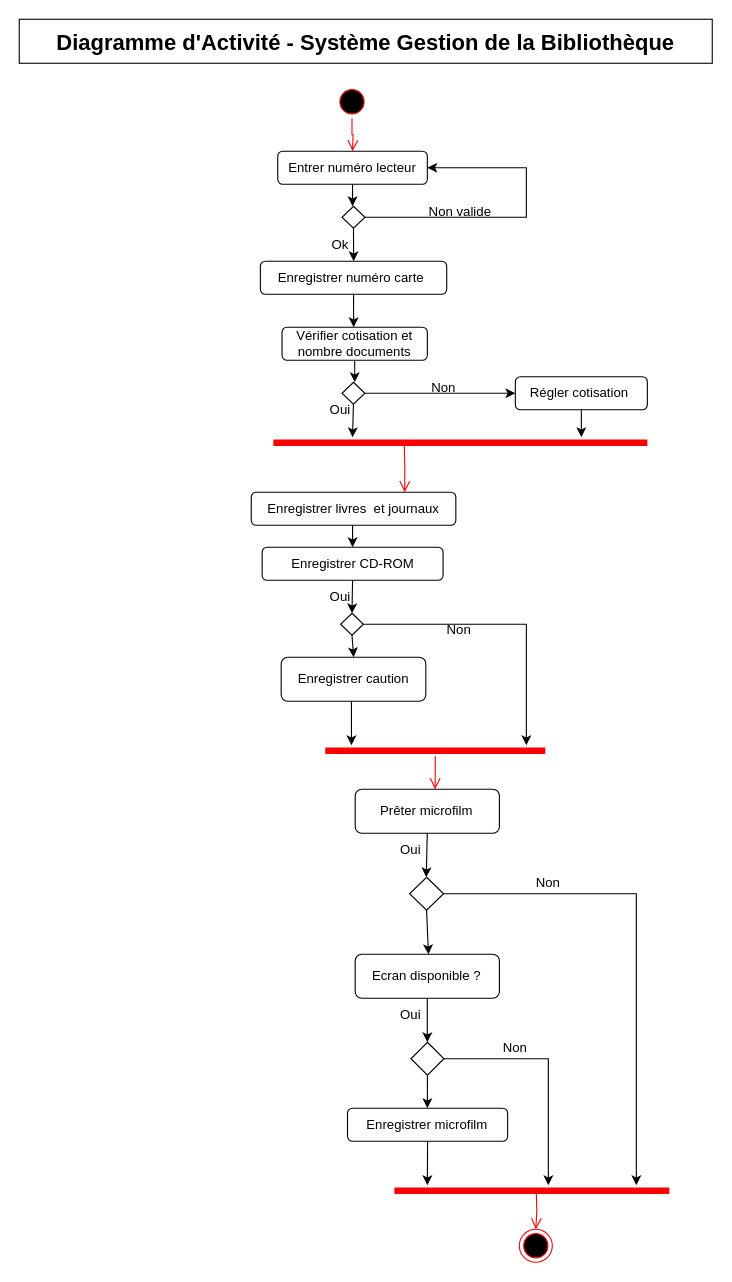
Before: Développer des composants d'interface/Maquetter une application/UML partie 1/Phase 4 - Diagramme d'activité/Diagramme d'activité_1.drawio in Nijat-Majidli/CDA_21188, a draw.io diagram. Source tidied: cells renumbered, new cells numbered last; positions are measured from the earlier drawing's top-left corner, leaving out a move shared by most shapes. Both pictures are drawn from the tidied source at 110%, with x=0, y=0 at pixel (19, 19).
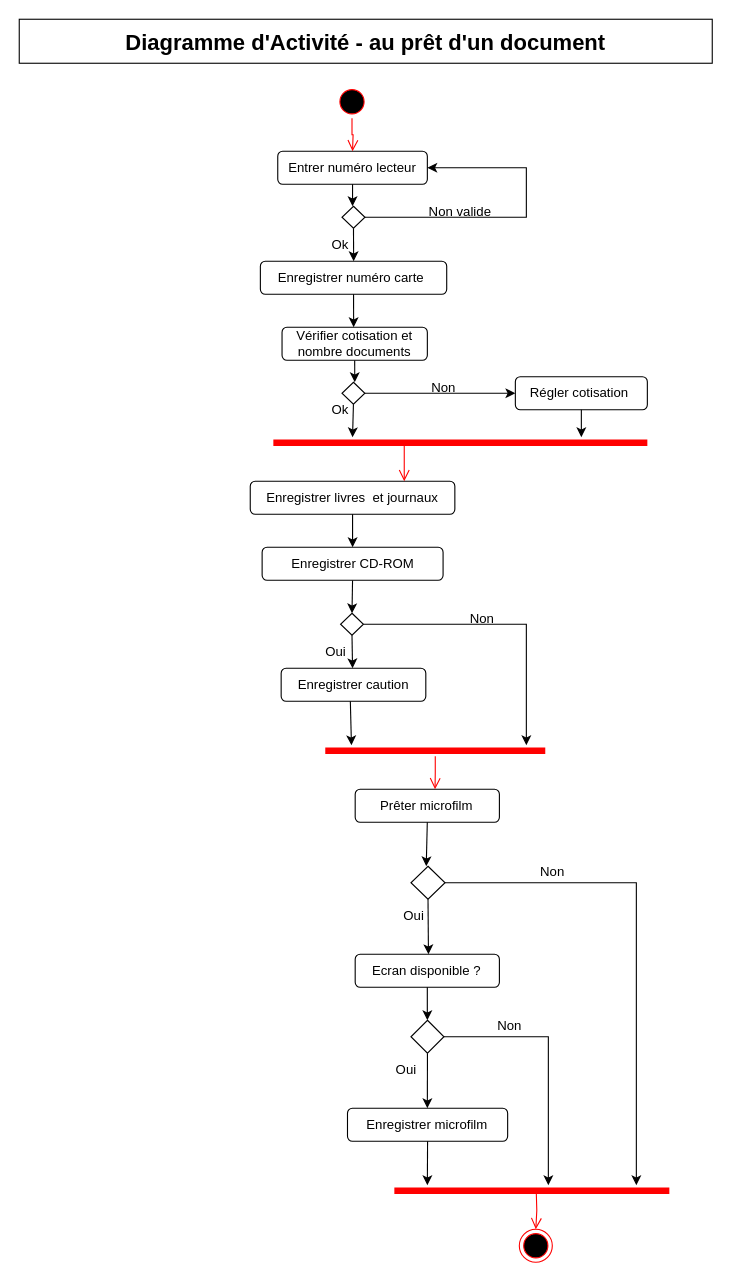
The same page after the edit.

The change refers to these unchanged cells:
```xml
<mxCell id="24" style="rhombus;whiteSpace=wrap;html=1;fontSize=12;" parent="1" vertex="1">
  <mxGeometry x="292.1" y="540" width="20.8" height="20" as="geometry" />
</mxCell>
<mxCell id="26" value="Enregistrer CD-ROM" style="rounded=1;whiteSpace=wrap;html=1;fontSize=12;" parent="1" vertex="1">
  <mxGeometry x="220.8" y="480" width="164.5" height="30" as="geometry" />
</mxCell>
```

The edit, as a diff of the source:
```diff
@@
-    <mxCell id="10" value="&lt;font style=&quot;font-size: 20px&quot;&gt;Diagramme d'Activité - Système Gestion de la Bibliothèque&lt;/font&gt;" style="rounded=0;whiteSpace=wrap;html=1;fontStyle=1;" parent="1" vertex="1">
+    <mxCell id="10" value="&lt;font style=&quot;font-size: 20px&quot;&gt;Diagramme d'Activité - au prêt d'un document&lt;/font&gt;" style="rounded=0;whiteSpace=wrap;html=1;fontStyle=1;" parent="1" vertex="1">
       <mxGeometry width="630" height="40" as="geometry" />
     </mxCell>
@@
     <mxCell id="14" value="&lt;p style=&quot;font-size: 12px;&quot;&gt;&lt;span style=&quot;font-size: 12px ; line-height: 1&quot;&gt;Enregistrer livres&amp;nbsp; et journaux&lt;/span&gt;&lt;/p&gt;" style="rounded=1;whiteSpace=wrap;html=1;fontSize=12;" parent="1" vertex="1">
-      <mxGeometry x="210.9" y="430" width="186" height="30" as="geometry" />
+      <mxGeometry x="210" y="420" width="186" height="30" as="geometry" />
     </mxCell>
-    <mxCell id="15" style="endArrow=classic;html=1;rounded=0;fontSize=20;entryX=0.5;entryY=0;entryDx=0;entryDy=0;" parent="1" edge="1" target="26">
-      <mxGeometry relative="1" as="geometry">
-        <mxPoint x="303" y="460" as="sourcePoint" />
-      </mxGeometry>
+    <mxCell id="15" style="endArrow=classic;html=1;rounded=0;fontSize=20;entryX=0.5;entryY=0;entryDx=0;entryDy=0;exitX=0.5;exitY=1;exitDx=0;exitDy=0;" parent="1" edge="1" source="14" target="26">
+      <mxGeometry relative="1" as="geometry" />
     </mxCell>
     <mxCell id="16" value="Oui" style="text;html=1;strokeColor=none;fillColor=none;align=center;verticalAlign=middle;whiteSpace=wrap;rounded=0;fontSize=12;" parent="1" vertex="1">
-      <mxGeometry x="262" y="510" width="60" height="30" as="geometry" />
+      <mxGeometry x="257.5" y="560" width="60" height="30" as="geometry" />
     </mxCell>
     <mxCell id="17" value="Non" style="text;html=1;strokeColor=none;fillColor=none;align=center;verticalAlign=middle;whiteSpace=wrap;rounded=0;fontSize=12;" parent="1" vertex="1">
-      <mxGeometry x="369.6" y="540" width="60" height="30" as="geometry" />
+      <mxGeometry x="391" y="530" width="60" height="30" as="geometry" />
     </mxCell>
     <mxCell id="18" value="Enregistrer caution" style="rounded=1;whiteSpace=wrap;html=1;fontSize=12;" parent="1" vertex="1">
-      <mxGeometry x="238.1" y="580" width="131.5" height="40" as="geometry" />
+      <mxGeometry x="238.1" y="590" width="131.5" height="30" as="geometry" />
     </mxCell>
     <mxCell id="19" style="endArrow=classic;html=1;rounded=0;fontSize=12;exitX=0.5;exitY=1;exitDx=0;exitDy=0;" parent="1" edge="1" source="24">
       <mxGeometry relative="1" as="geometry">
-        <mxPoint x="304" y="580" as="targetPoint" />
+        <mxPoint x="303" y="590" as="targetPoint" />
       </mxGeometry>
     </mxCell>
     <mxCell id="20" style="endArrow=classic;html=1;rounded=0;fontSize=12;" parent="1" edge="1">
       <mxGeometry relative="1" as="geometry">
-        <mxPoint x="302" y="620" as="sourcePoint" />
+        <mxPoint x="301" y="620" as="sourcePoint" />
         <mxPoint x="302" y="660" as="targetPoint" />
       </mxGeometry>
     </mxCell>
     <mxCell id="21" value="Oui" style="text;html=1;strokeColor=none;fillColor=none;align=center;verticalAlign=middle;whiteSpace=wrap;rounded=0;fontSize=12;" parent="1" vertex="1">
-      <mxGeometry x="326.1" y="740" width="60" height="30" as="geometry" />
+      <mxGeometry x="328.6" y="800" width="60" height="30" as="geometry" />
     </mxCell>
     <mxCell id="22" value="Prêter microfilm" style="rounded=1;whiteSpace=wrap;html=1;fontSize=12;" parent="1" vertex="1">
-      <mxGeometry x="305.4" y="700" width="131.1" height="40" as="geometry" />
+      <mxGeometry x="305.4" y="700" width="131.1" height="30" as="geometry" />
     </mxCell>
@@
     <mxCell id="27" style="endArrow=classic;html=1;rounded=0;fontSize=12;exitX=0.5;exitY=1;exitDx=0;exitDy=0;" parent="1" edge="1" source="22">
       <mxGeometry relative="1" as="geometry">
-        <mxPoint x="370" y="780" as="targetPoint" />
+        <mxPoint x="370" y="770" as="targetPoint" />
       </mxGeometry>
     </mxCell>
     <mxCell id="28" style="rhombus;whiteSpace=wrap;html=1;fontSize=12;" parent="1" vertex="1">
-      <mxGeometry x="354.8" y="780" width="31" height="30" as="geometry" />
+      <mxGeometry x="356.1" y="770" width="31" height="30" as="geometry" />
     </mxCell>
     <mxCell id="29" value="Ecran disponible ?" style="rounded=1;whiteSpace=wrap;html=1;fontSize=12;" parent="1" vertex="1">
-      <mxGeometry x="305.4" y="850" width="131.1" height="40" as="geometry" />
+      <mxGeometry x="305.4" y="850" width="131.1" height="30" as="geometry" />
     </mxCell>
@@
     <mxCell id="31" style="endArrow=classic;html=1;rounded=0;fontSize=12;exitX=1;exitY=0.5;exitDx=0;exitDy=0;" parent="1" edge="1" source="28">
       <mxGeometry relative="1" as="geometry">
         <mxPoint x="561" y="1060" as="targetPoint" />
         <Array as="points">
-          <mxPoint x="561" y="795" />
+          <mxPoint x="561" y="785" />
         </Array>
       </mxGeometry>
     </mxCell>
@@
     <mxCell id="34" style="endArrow=classic;html=1;rounded=0;fontSize=12;exitX=0.5;exitY=1;exitDx=0;exitDy=0;" parent="1" edge="1" source="29">
       <mxGeometry relative="1" as="geometry">
-        <mxPoint x="371" y="930" as="targetPoint" />
+        <mxPoint x="371" y="910" as="targetPoint" />
       </mxGeometry>
     </mxCell>
     <mxCell id="35" value="Non" style="text;html=1;strokeColor=none;fillColor=none;align=center;verticalAlign=middle;whiteSpace=wrap;rounded=0;fontSize=12;" parent="1" vertex="1">
-      <mxGeometry x="451" y="770" width="60" height="30" as="geometry" />
+      <mxGeometry x="454.6" y="760" width="60" height="30" as="geometry" />
     </mxCell>
     <mxCell id="36" value="Oui" style="text;html=1;strokeColor=none;fillColor=none;align=center;verticalAlign=middle;whiteSpace=wrap;rounded=0;fontSize=12;" parent="1" vertex="1">
-      <mxGeometry x="326.1" y="890" width="60" height="30" as="geometry" />
+      <mxGeometry x="322" y="940" width="60" height="30" as="geometry" />
     </mxCell>
     <mxCell id="37" style="endArrow=classic;html=1;rounded=0;fontSize=12;exitX=1;exitY=0.5;exitDx=0;exitDy=0;" parent="1" edge="1" source="39">
       <mxGeometry relative="1" as="geometry">
         <mxPoint x="481" y="1060" as="targetPoint" />
         <Array as="points">
-          <mxPoint x="481" y="945" />
+          <mxPoint x="481" y="925" />
         </Array>
       </mxGeometry>
     </mxCell>
@@
     <mxCell id="39" style="rhombus;whiteSpace=wrap;html=1;fontSize=12;" parent="1" vertex="1">
-      <mxGeometry x="356.1" y="930" width="30" height="30" as="geometry" />
+      <mxGeometry x="356.1" y="910" width="30" height="30" as="geometry" />
     </mxCell>
@@
     <mxCell id="42" value="Non" style="text;html=1;strokeColor=none;fillColor=none;align=center;verticalAlign=middle;whiteSpace=wrap;rounded=0;fontSize=12;" parent="1" vertex="1">
-      <mxGeometry x="421" y="920" width="60" height="30" as="geometry" />
+      <mxGeometry x="416.1" y="900" width="60" height="30" as="geometry" />
     </mxCell>
@@
-    <mxCell id="54" style="edgeStyle=orthogonalEdgeStyle;html=1;verticalAlign=bottom;endArrow=open;endSize=8;strokeColor=#ff0000;rounded=0;fontSize=12;entryX=0.75;entryY=0;entryDx=0;entryDy=0;" parent="1" edge="1" target="14">
+    <mxCell id="54" style="edgeStyle=orthogonalEdgeStyle;html=1;verticalAlign=bottom;endArrow=open;endSize=8;strokeColor=#ff0000;rounded=0;fontSize=12;" parent="1" edge="1">
       <mxGeometry relative="1" as="geometry">
         <mxPoint x="350" y="385" as="sourcePoint" />
+        <mxPoint x="350" y="420" as="targetPoint" />
       </mxGeometry>
     </mxCell>
-    <mxCell id="55" value="Oui" style="text;html=1;strokeColor=none;fillColor=none;align=center;verticalAlign=middle;whiteSpace=wrap;rounded=0;fontSize=12;" parent="1" vertex="1">
+    <mxCell id="55" value="Ok" style="text;html=1;strokeColor=none;fillColor=none;align=center;verticalAlign=middle;whiteSpace=wrap;rounded=0;fontSize=12;" parent="1" vertex="1">
       <mxGeometry x="262" y="340" width="60" height="30" as="geometry" />
     </mxCell>
```
